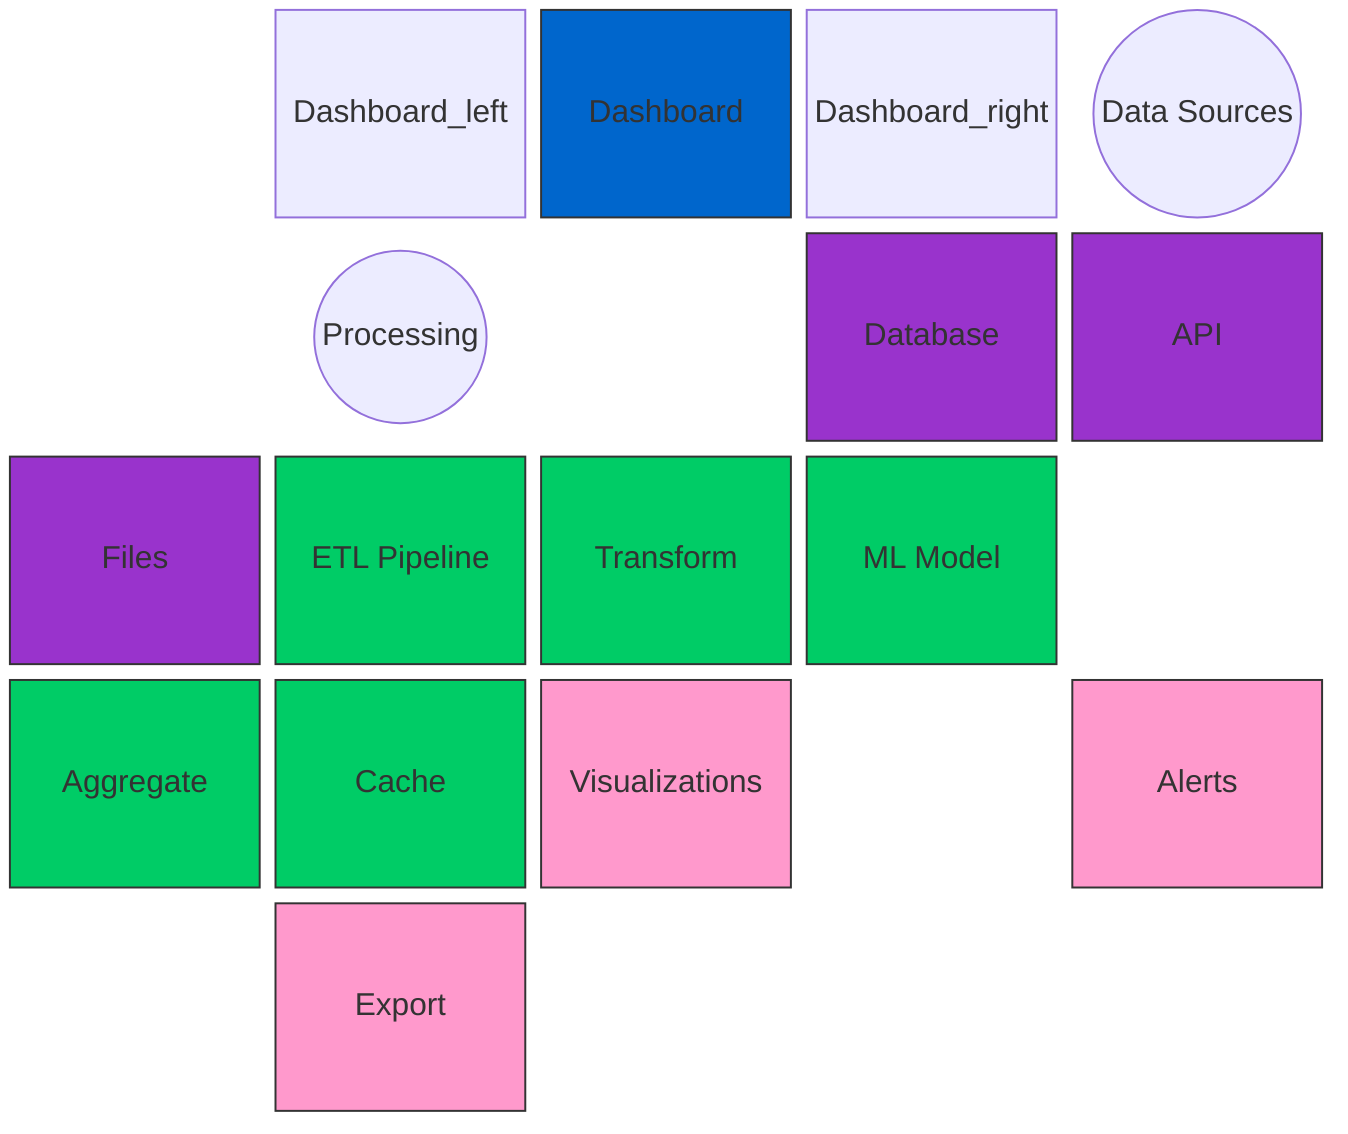
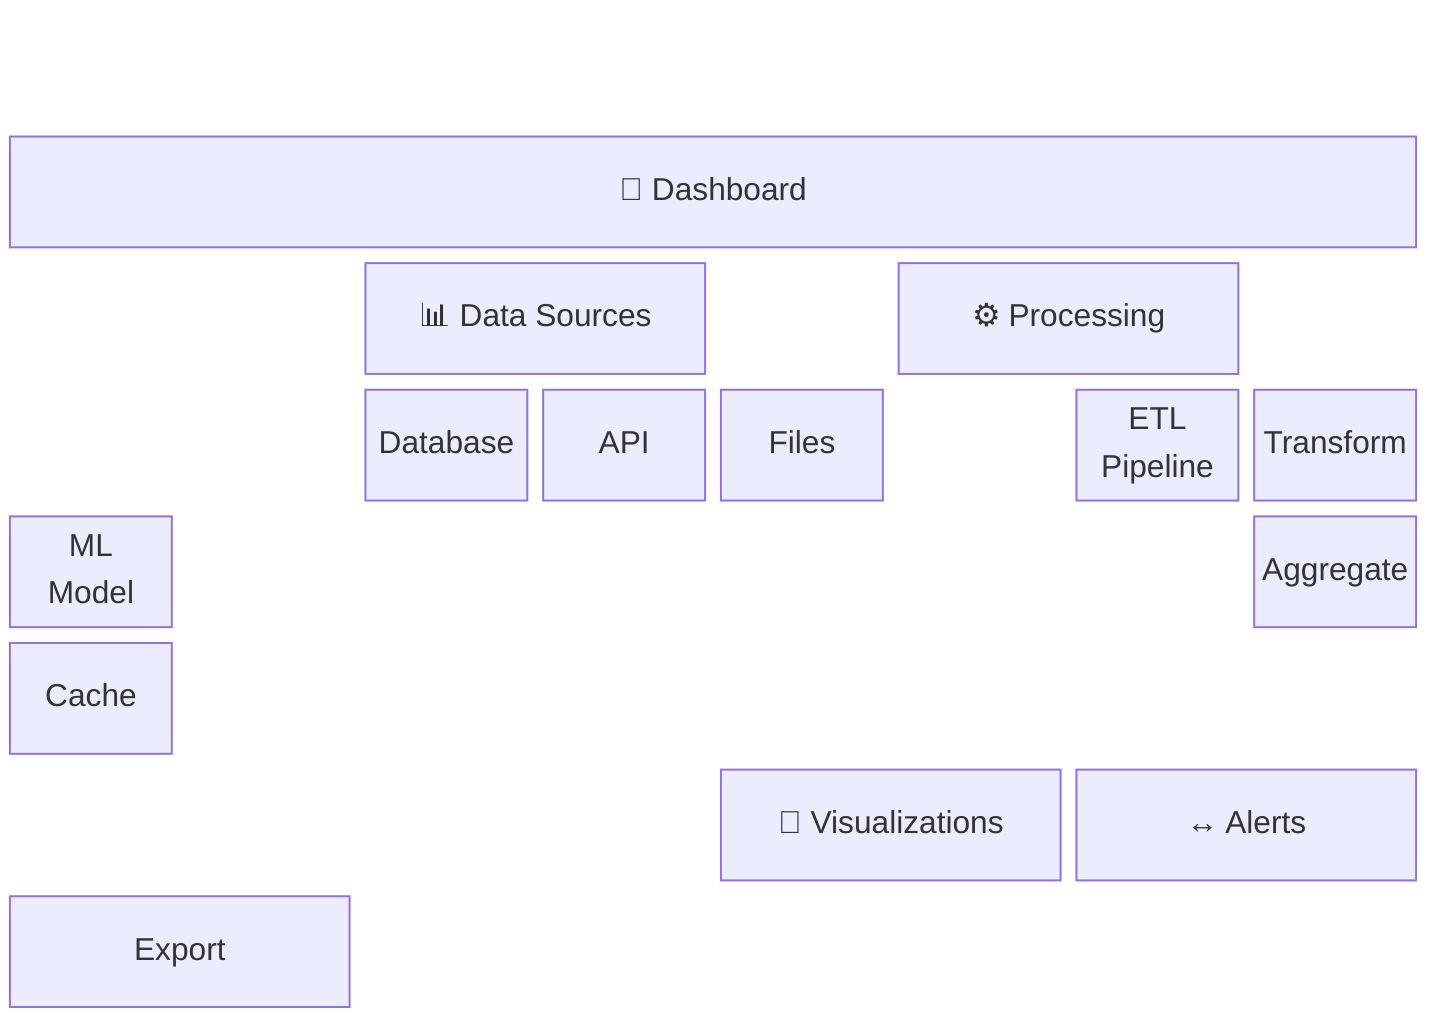
block-beta
-   columns 5
+     columns 8

-   space Dashboard_left Dashboard Dashboard Dashboard_right
+     space:8
+     Dashboard["🔵 Dashboard"]:8
+     space:1

-   DataSources(("Data Sources"))
-   space
-   Processing(("Processing"))
-   space
+     space:1 DataSources["📊 Data Sources"]:2 space:1 Processing["⚙️ Processing"]:2 space:2

-   Database["Database"]
-   API["API"]
-   Files["Files"]
-   ETL["ETL Pipeline"]
-   Transform["Transform"]
-   MLModel["ML Model"]
+     space:1 Database["Database"] API["API"] Files["Files"] space:1 ETL["ETL<br/>Pipeline"] Transform["Transform"] ML["ML<br/>Model"] space:2

-   space
-   Aggregate["Aggregate"]
-   Cache["Cache"]
+     space:1 space:3 Aggregate["Aggregate"] Cache["Cache"] space:2

-   Visualizations["Visualizations"]
-   space
-   Alerts["Alerts"]
-   space
-   Export["Export"]
+     space:8

-   style Dashboard fill:#0066cc,stroke:#333,color:#fff
-   style Database fill:#9933cc,stroke:#333
-   style API fill:#9933cc,stroke:#333
-   style Files fill:#9933cc,stroke:#333
-   style ETL fill:#00cc66,stroke:#333
-   style Transform fill:#00cc66,stroke:#333
-   style MLModel fill:#00cc66,stroke:#333
-   style Aggregate fill:#00cc66,stroke:#333
-   style Cache fill:#00cc66,stroke:#333
-   style Visualizations fill:#ff99cc,stroke:#333
-   style Alerts fill:#ff99cc,stroke:#333
-   style Export fill:#ff99cc,stroke:#333+     space:1 Visualizations["🎨 Visualizations"]:2 Alerts["↔️ Alerts"]:2 Export["Export"]:2
